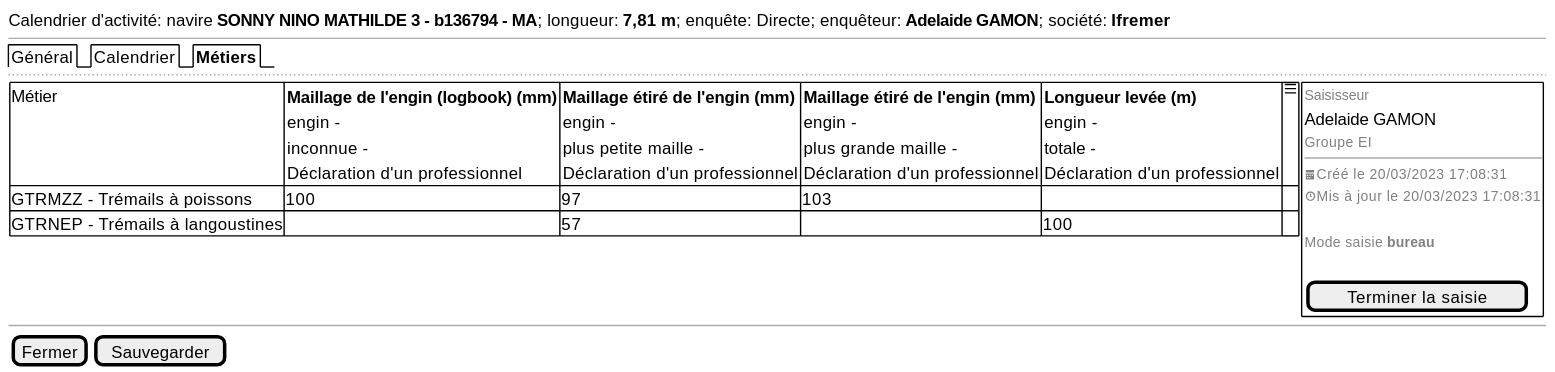
Above: projects/activity-calendar/spe/images/activity-calendar-metiers.svg in sumaris-net/sumaris-doc (PlantUML), before the change.
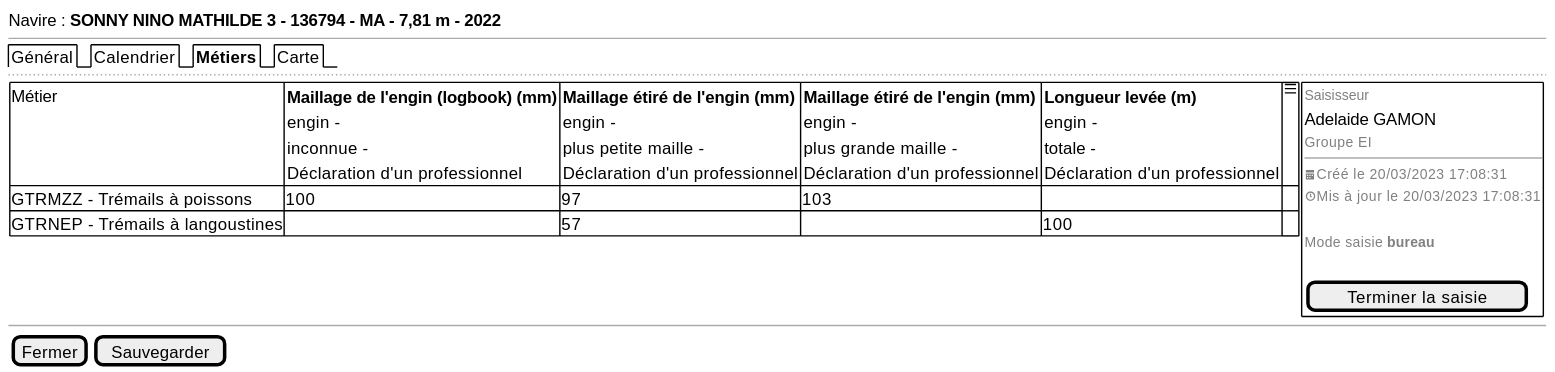
After the change.

What changed in the source:
```diff
@@ -1,8 +1,8 @@
 @startsalt
 {
-  Calendrier d'activité: navire <b>SONNY NINO MATHILDE 3 - b136794 - MA</b>; longueur: <b>7,81 m</b>; enquête: Directe; enquêteur: <b>Adelaide GAMON</b>; société: <b>Ifremer</b>
+  Navire : <b>SONNY NINO MATHILDE 3 - 136794 - MA - 7,81 m - 2022
   --
-  {/ Général | Calendrier | <b>Métiers }
+  {/ Général | Calendrier | <b>Métiers | Carte}
   ..
 
   {
```
